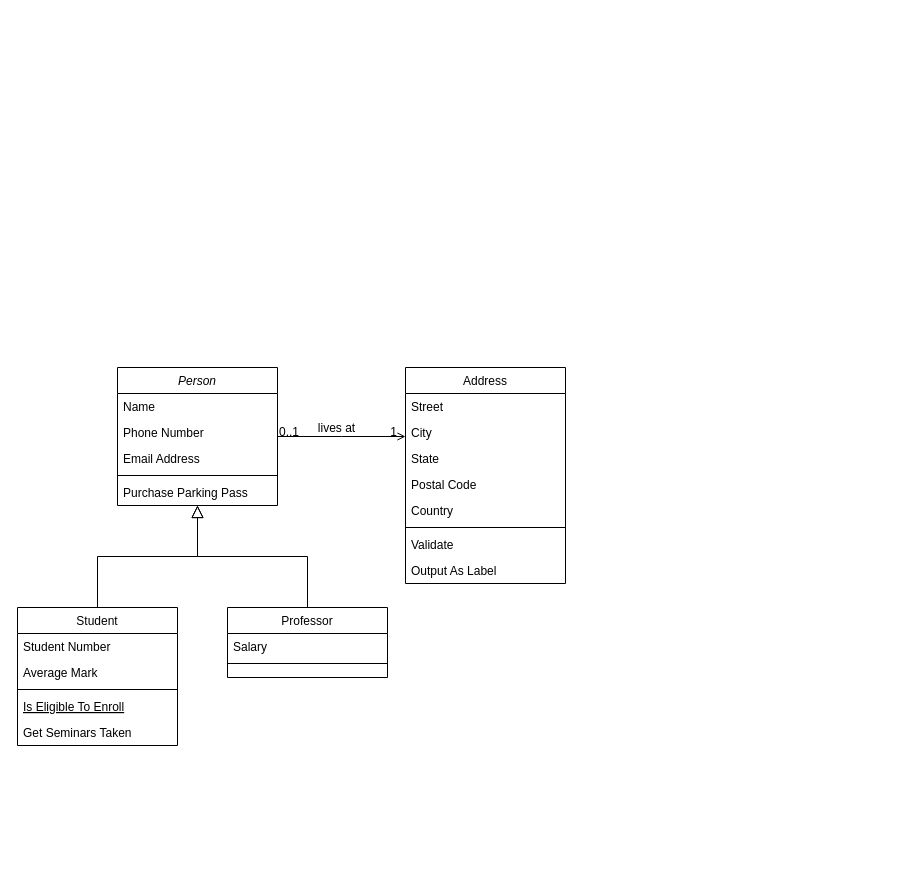
Earlier version of the draw.io diagram Diagramme sans nom.drawio (Potoff/usetools). Source tidied: cells renumbered, new cells numbered last; positions are measured from the earlier drawing's top-left corner, leaving out a move shared by most shapes. Both pictures are drawn from the tidied source at 100%, with x=0, y=0 at pixel (17, 367).
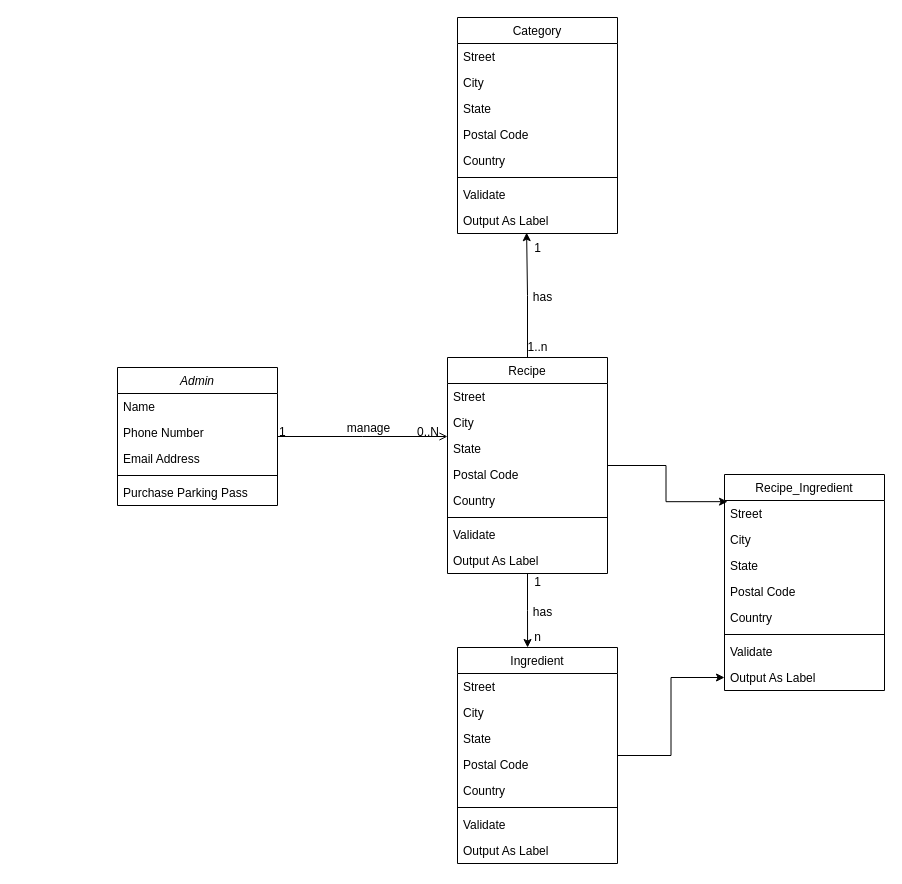
After the change.

Unchanged cells that the change refers to:
```xml
<mxCell id="28" style="endArrow=open;shadow=0;strokeWidth=1;rounded=0;endFill=1;edgeStyle=elbowEdgeStyle;elbow=vertical;" parent="1" edge="1" source="2" target="19">
  <mxGeometry x="0.5" y="41" relative="1" as="geometry">
    <mxPoint x="-40" y="32" as="offset" />
  </mxGeometry>
</mxCell>
```

Change to the diagram source:
```diff
@@
-    <mxCell id="2" value="Person" style="swimlane;fontStyle=2;align=center;verticalAlign=top;horizontal=1;startSize=26;rounded=0;shadow=0;strokeWidth=1;" parent="1" vertex="1">
+    <mxCell id="2" value="Admin" style="swimlane;fontStyle=2;align=center;verticalAlign=top;horizontal=1;startSize=26;rounded=0;shadow=0;strokeWidth=1;" parent="1" vertex="1">
       <mxGeometry x="100" width="160" height="138" as="geometry" />
     </mxCell>
@@
-    <mxCell id="8" value="Student" style="swimlane;fontStyle=0;align=center;verticalAlign=top;horizontal=1;startSize=26;rounded=0;shadow=0;strokeWidth=1;" parent="1" vertex="1">
-      <mxGeometry y="240" width="160" height="138" as="geometry" />
-    </mxCell>
-    <mxCell id="9" value="Student Number" style="text;align=left;verticalAlign=top;spacingLeft=4;spacingRight=4;overflow=hidden;" parent="8" vertex="1">
-      <mxGeometry y="26" width="160" height="26" as="geometry" />
-    </mxCell>
-    <mxCell id="10" value="Average Mark" style="text;align=left;verticalAlign=top;spacingLeft=4;spacingRight=4;overflow=hidden;rounded=0;shadow=0;html=0;" parent="8" vertex="1">
-      <mxGeometry y="52" width="160" height="26" as="geometry" />
-    </mxCell>
-    <mxCell id="11" style="line;html=1;strokeWidth=1;align=left;verticalAlign=middle;spacingTop=-1;spacingLeft=3;spacingRight=3;labelPosition=right;" parent="8" vertex="1">
-      <mxGeometry y="78" width="160" height="8" as="geometry" />
-    </mxCell>
-    <mxCell id="12" value="Is Eligible To Enroll" style="text;align=left;verticalAlign=top;spacingLeft=4;spacingRight=4;overflow=hidden;fontStyle=4;" parent="8" vertex="1">
-      <mxGeometry y="86" width="160" height="26" as="geometry" />
-    </mxCell>
-    <mxCell id="13" value="Get Seminars Taken" style="text;align=left;verticalAlign=top;spacingLeft=4;spacingRight=4;overflow=hidden;" parent="8" vertex="1">
-      <mxGeometry y="112" width="160" height="26" as="geometry" />
-    </mxCell>
-    <mxCell id="14" style="endArrow=block;endSize=10;endFill=0;shadow=0;strokeWidth=1;rounded=0;edgeStyle=elbowEdgeStyle;elbow=vertical;" parent="1" edge="1" source="8" target="2">
-      <mxGeometry relative="1" as="geometry" />
-    </mxCell>
-    <mxCell id="15" value="Professor" style="swimlane;fontStyle=0;align=center;verticalAlign=top;horizontal=1;startSize=26;rounded=0;shadow=0;strokeWidth=1;" parent="1" vertex="1">
-      <mxGeometry x="210" y="240" width="160" height="70" as="geometry" />
-    </mxCell>
-    <mxCell id="16" value="Salary" style="text;align=left;verticalAlign=top;spacingLeft=4;spacingRight=4;overflow=hidden;" parent="15" vertex="1">
-      <mxGeometry y="26" width="160" height="26" as="geometry" />
-    </mxCell>
-    <mxCell id="17" style="line;html=1;strokeWidth=1;align=left;verticalAlign=middle;spacingTop=-1;spacingLeft=3;spacingRight=3;labelPosition=right;" parent="15" vertex="1">
-      <mxGeometry y="52" width="160" height="8" as="geometry" />
-    </mxCell>
-    <mxCell id="18" style="endArrow=block;endSize=10;endFill=0;shadow=0;strokeWidth=1;rounded=0;edgeStyle=elbowEdgeStyle;elbow=vertical;" parent="1" edge="1" source="15" target="2">
-      <mxGeometry relative="1" as="geometry" />
-    </mxCell>
+    <mxCell id="32" style="edgeStyle=orthogonalEdgeStyle;rounded=0;jettySize=auto;html=1;entryX=0.438;entryY=0;entryDx=0;entryDy=0;entryPerimeter=0;" parent="1" edge="1" source="19" target="36">
+      <mxGeometry relative="1" as="geometry" />
+    </mxCell>
+    <mxCell id="33" style="edgeStyle=orthogonalEdgeStyle;rounded=0;jettySize=auto;html=1;entryX=0.019;entryY=0.045;entryDx=0;entryDy=0;entryPerimeter=0;" parent="1" edge="1" source="19" target="49">
+      <mxGeometry relative="1" as="geometry" />
+    </mxCell>
+    <mxCell id="34" style="edgeStyle=orthogonalEdgeStyle;rounded=0;jettySize=auto;html=1;entryX=0.432;entryY=0.968;entryDx=0;entryDy=0;entryPerimeter=0;" parent="1" edge="1" source="19" target="65">
+      <mxGeometry relative="1" as="geometry" />
+    </mxCell>
-    <mxCell id="19" value="Address" style="swimlane;fontStyle=0;align=center;verticalAlign=top;horizontal=1;startSize=26;rounded=0;shadow=0;strokeWidth=1;" parent="1" vertex="1">
-      <mxGeometry x="388" width="160" height="216" as="geometry" />
+    <mxCell id="19" value="Recipe" style="swimlane;fontStyle=0;align=center;verticalAlign=top;horizontal=1;startSize=26;rounded=0;shadow=0;strokeWidth=1;" parent="1" vertex="1">
+      <mxGeometry x="430" y="-10" width="160" height="216" as="geometry" />
     </mxCell>
@@
-    <mxCell id="29" value="0..1" style="align=left;verticalAlign=bottom;labelBackgroundColor=none;fontSize=12;" parent="28" vertex="1">
+    <mxCell id="29" value="1" style="align=left;verticalAlign=bottom;labelBackgroundColor=none;fontSize=12;" parent="28" vertex="1">
       <mxGeometry x="-1" relative="1" as="geometry">
         <mxPoint y="4" as="offset" />
       </mxGeometry>
     </mxCell>
-    <mxCell id="30" value="1" style="align=right;verticalAlign=bottom;labelBackgroundColor=none;fontSize=12;" parent="28" vertex="1">
+    <mxCell id="30" value="0..N" style="align=right;verticalAlign=bottom;labelBackgroundColor=none;fontSize=12;" parent="28" vertex="1">
       <mxGeometry x="1" relative="1" as="geometry">
         <mxPoint x="-7" y="4" as="offset" />
       </mxGeometry>
     </mxCell>
-    <mxCell id="31" value="lives at" style="text;html=1;align=center;verticalAlign=middle;labelBackgroundColor=none;rounded=0;shadow=0;strokeWidth=1;fontSize=12;" parent="28" vertex="1">
+    <mxCell id="31" value="manage" style="text;html=1;align=center;verticalAlign=middle;labelBackgroundColor=none;rounded=0;shadow=0;strokeWidth=1;fontSize=12;" parent="28" vertex="1">
       <mxGeometry x="0.5" y="49" relative="1" as="geometry">
         <mxPoint x="-38" y="40" as="offset" />
       </mxGeometry>
     </mxCell>
+    <mxCell id="35" style="edgeStyle=orthogonalEdgeStyle;rounded=0;jettySize=auto;html=1;entryX=0;entryY=0.5;entryDx=0;entryDy=0;" parent="1" edge="1" source="36" target="56">
+      <mxGeometry relative="1" as="geometry" />
+    </mxCell>
+    <mxCell id="36" value="Ingredient" style="swimlane;fontStyle=0;align=center;verticalAlign=top;horizontal=1;startSize=26;rounded=0;shadow=0;strokeWidth=1;" parent="1" vertex="1">
+      <mxGeometry x="440" y="280" width="160" height="216" as="geometry" />
+    </mxCell>
+    <mxCell id="37" value="Street" style="text;align=left;verticalAlign=top;spacingLeft=4;spacingRight=4;overflow=hidden;" parent="36" vertex="1">
+      <mxGeometry y="26" width="160" height="26" as="geometry" />
+    </mxCell>
+    <mxCell id="38" value="City" style="text;align=left;verticalAlign=top;spacingLeft=4;spacingRight=4;overflow=hidden;rounded=0;shadow=0;html=0;" parent="36" vertex="1">
+      <mxGeometry y="52" width="160" height="26" as="geometry" />
+    </mxCell>
+    <mxCell id="39" value="State" style="text;align=left;verticalAlign=top;spacingLeft=4;spacingRight=4;overflow=hidden;rounded=0;shadow=0;html=0;" parent="36" vertex="1">
+      <mxGeometry y="78" width="160" height="26" as="geometry" />
+    </mxCell>
+    <mxCell id="40" value="Postal Code" style="text;align=left;verticalAlign=top;spacingLeft=4;spacingRight=4;overflow=hidden;rounded=0;shadow=0;html=0;" parent="36" vertex="1">
+      <mxGeometry y="104" width="160" height="26" as="geometry" />
+    </mxCell>
+    <mxCell id="41" value="Country" style="text;align=left;verticalAlign=top;spacingLeft=4;spacingRight=4;overflow=hidden;rounded=0;shadow=0;html=0;" parent="36" vertex="1">
+      <mxGeometry y="130" width="160" height="26" as="geometry" />
+    </mxCell>
+    <mxCell id="42" style="line;html=1;strokeWidth=1;align=left;verticalAlign=middle;spacingTop=-1;spacingLeft=3;spacingRight=3;labelPosition=right;" parent="36" vertex="1">
+      <mxGeometry y="156" width="160" height="8" as="geometry" />
+    </mxCell>
+    <mxCell id="43" value="Validate" style="text;align=left;verticalAlign=top;spacingLeft=4;spacingRight=4;overflow=hidden;" parent="36" vertex="1">
+      <mxGeometry y="164" width="160" height="26" as="geometry" />
+    </mxCell>
+    <mxCell id="44" value="Output As Label" style="text;align=left;verticalAlign=top;spacingLeft=4;spacingRight=4;overflow=hidden;" parent="36" vertex="1">
+      <mxGeometry y="190" width="160" height="26" as="geometry" />
+    </mxCell>
+    <mxCell id="45" value="has" style="text;html=1;align=center;verticalAlign=middle;strokeColor=none;fillColor=none;" parent="1" vertex="1">
+      <mxGeometry x="505" y="230" width="40" height="30" as="geometry" />
+    </mxCell>
+    <mxCell id="46" value="n" style="text;html=1;align=center;verticalAlign=middle;strokeColor=none;fillColor=none;" parent="1" vertex="1">
+      <mxGeometry x="505" y="255" width="30" height="30" as="geometry" />
+    </mxCell>
+    <mxCell id="47" value="1" style="text;html=1;align=center;verticalAlign=middle;strokeColor=none;fillColor=none;" parent="1" vertex="1">
+      <mxGeometry x="505" y="200" width="30" height="30" as="geometry" />
+    </mxCell>
+    <mxCell id="48" value="Recipe_Ingredient" style="swimlane;fontStyle=0;align=center;verticalAlign=top;horizontal=1;startSize=26;rounded=0;shadow=0;strokeWidth=1;" parent="1" vertex="1">
+      <mxGeometry x="707" y="107" width="160" height="216" as="geometry" />
+    </mxCell>
+    <mxCell id="49" value="Street" style="text;align=left;verticalAlign=top;spacingLeft=4;spacingRight=4;overflow=hidden;points=[[0,0.5],[1,0.5]];portConstraint=eastwest;" parent="48" vertex="1">
+      <mxGeometry y="26" width="160" height="26" as="geometry" />
+    </mxCell>
+    <mxCell id="50" value="City" style="text;align=left;verticalAlign=top;spacingLeft=4;spacingRight=4;overflow=hidden;rounded=0;shadow=0;html=0;" parent="48" vertex="1">
+      <mxGeometry y="52" width="160" height="26" as="geometry" />
+    </mxCell>
+    <mxCell id="51" value="State" style="text;align=left;verticalAlign=top;spacingLeft=4;spacingRight=4;overflow=hidden;rounded=0;shadow=0;html=0;" parent="48" vertex="1">
+      <mxGeometry y="78" width="160" height="26" as="geometry" />
+    </mxCell>
+    <mxCell id="52" value="Postal Code" style="text;align=left;verticalAlign=top;spacingLeft=4;spacingRight=4;overflow=hidden;rounded=0;shadow=0;html=0;" parent="48" vertex="1">
+      <mxGeometry y="104" width="160" height="26" as="geometry" />
+    </mxCell>
+    <mxCell id="53" value="Country" style="text;align=left;verticalAlign=top;spacingLeft=4;spacingRight=4;overflow=hidden;rounded=0;shadow=0;html=0;" parent="48" vertex="1">
+      <mxGeometry y="130" width="160" height="26" as="geometry" />
+    </mxCell>
+    <mxCell id="54" style="line;html=1;strokeWidth=1;align=left;verticalAlign=middle;spacingTop=-1;spacingLeft=3;spacingRight=3;labelPosition=right;" parent="48" vertex="1">
+      <mxGeometry y="156" width="160" height="8" as="geometry" />
+    </mxCell>
+    <mxCell id="55" value="Validate" style="text;align=left;verticalAlign=top;spacingLeft=4;spacingRight=4;overflow=hidden;" parent="48" vertex="1">
+      <mxGeometry y="164" width="160" height="26" as="geometry" />
+    </mxCell>
+    <mxCell id="56" value="Output As Label" style="text;align=left;verticalAlign=top;spacingLeft=4;spacingRight=4;overflow=hidden;points=[[0,0.5],[1,0.5]];portConstraint=eastwest;" parent="48" vertex="1">
+      <mxGeometry y="190" width="160" height="26" as="geometry" />
+    </mxCell>
+    <mxCell id="57" value="Category" style="swimlane;fontStyle=0;align=center;verticalAlign=top;horizontal=1;startSize=26;rounded=0;shadow=0;strokeWidth=1;" parent="1" vertex="1">
+      <mxGeometry x="440" y="-350" width="160" height="216" as="geometry" />
+    </mxCell>
+    <mxCell id="58" value="Street" style="text;align=left;verticalAlign=top;spacingLeft=4;spacingRight=4;overflow=hidden;" parent="57" vertex="1">
+      <mxGeometry y="26" width="160" height="26" as="geometry" />
+    </mxCell>
+    <mxCell id="59" value="City" style="text;align=left;verticalAlign=top;spacingLeft=4;spacingRight=4;overflow=hidden;rounded=0;shadow=0;html=0;" parent="57" vertex="1">
+      <mxGeometry y="52" width="160" height="26" as="geometry" />
+    </mxCell>
+    <mxCell id="60" value="State" style="text;align=left;verticalAlign=top;spacingLeft=4;spacingRight=4;overflow=hidden;rounded=0;shadow=0;html=0;" parent="57" vertex="1">
+      <mxGeometry y="78" width="160" height="26" as="geometry" />
+    </mxCell>
+    <mxCell id="61" value="Postal Code" style="text;align=left;verticalAlign=top;spacingLeft=4;spacingRight=4;overflow=hidden;rounded=0;shadow=0;html=0;" parent="57" vertex="1">
+      <mxGeometry y="104" width="160" height="26" as="geometry" />
+    </mxCell>
+    <mxCell id="62" value="Country" style="text;align=left;verticalAlign=top;spacingLeft=4;spacingRight=4;overflow=hidden;rounded=0;shadow=0;html=0;" parent="57" vertex="1">
+      <mxGeometry y="130" width="160" height="26" as="geometry" />
+    </mxCell>
+    <mxCell id="63" style="line;html=1;strokeWidth=1;align=left;verticalAlign=middle;spacingTop=-1;spacingLeft=3;spacingRight=3;labelPosition=right;" parent="57" vertex="1">
+      <mxGeometry y="156" width="160" height="8" as="geometry" />
+    </mxCell>
+    <mxCell id="64" value="Validate" style="text;align=left;verticalAlign=top;spacingLeft=4;spacingRight=4;overflow=hidden;" parent="57" vertex="1">
+      <mxGeometry y="164" width="160" height="26" as="geometry" />
+    </mxCell>
+    <mxCell id="65" value="Output As Label" style="text;align=left;verticalAlign=top;spacingLeft=4;spacingRight=4;overflow=hidden;points=[[0,0.5],[1,0.5]];portConstraint=eastwest;" parent="57" vertex="1">
+      <mxGeometry y="190" width="160" height="26" as="geometry" />
+    </mxCell>
+    <mxCell id="66" value="has" style="text;html=1;align=center;verticalAlign=middle;strokeColor=none;fillColor=none;" parent="1" vertex="1">
+      <mxGeometry x="505" y="-85" width="40" height="30" as="geometry" />
+    </mxCell>
+    <mxCell id="67" value="1..n" style="text;html=1;align=center;verticalAlign=middle;strokeColor=none;fillColor=none;" parent="1" vertex="1">
+      <mxGeometry x="500" y="-35" width="40" height="30" as="geometry" />
+    </mxCell>
+    <mxCell id="68" value="1" style="text;html=1;align=center;verticalAlign=middle;strokeColor=none;fillColor=none;" parent="1" vertex="1">
+      <mxGeometry x="505" y="-134" width="30" height="30" as="geometry" />
+    </mxCell>
```
